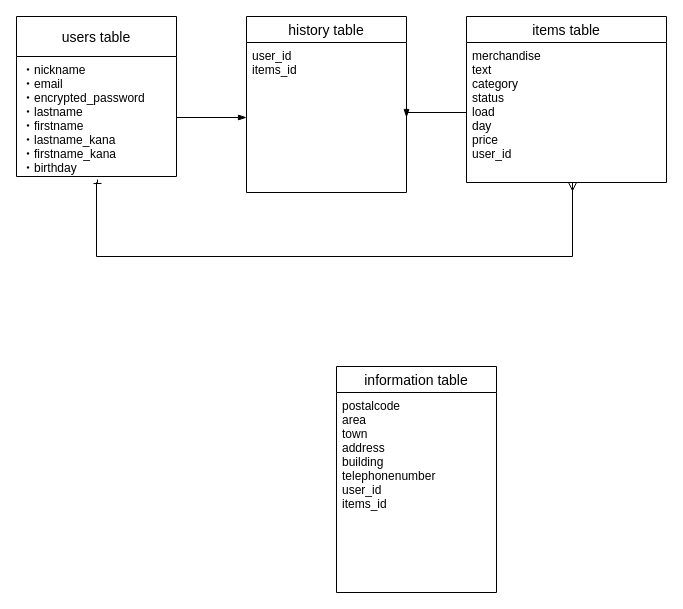
Above: ER.dio in konishitaku/furima-36579 (draw.io), before the change. Source tidied: cells renumbered, new cells numbered last; positions are measured from the earlier drawing's top-left corner, leaving out a move shared by most shapes. Both pictures are drawn from the tidied source at 100%, with x=0, y=0 at pixel (16, 16).
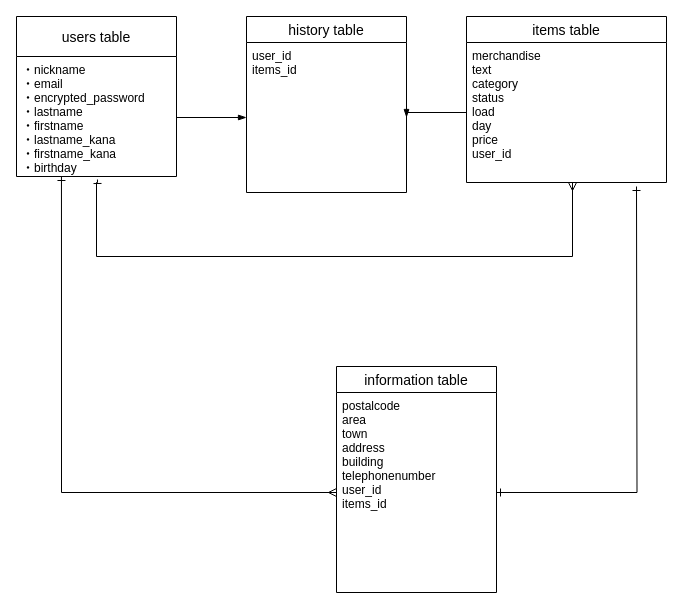
After the change.

Commit message (it also covers changes not shown here):
アソシエーション

The change refers to these unchanged cells:
```xml
<mxCell id="3" value="・nickname&#10;・email&#10;・encrypted_password&#10;・lastname&#10;・firstname&#10;・lastname_kana&#10;・firstname_kana&#10;・birthday&#10;&#10;" style="text;strokeColor=none;fillColor=none;spacingLeft=4;spacingRight=4;overflow=hidden;points=[[0,0.5],[1,0.5]];portConstraint=eastwest;fontSize=12;" parent="2" vertex="1">
  <mxGeometry y="40" width="160" height="120" as="geometry" />
</mxCell>
<mxCell id="7" value="postalcode&#10;area&#10;town&#10;address&#10;building&#10;telephonenumber&#10;user_id&#10;items_id" style="text;strokeColor=none;fillColor=none;spacingLeft=4;spacingRight=4;overflow=hidden;points=[[0,0.5],[1,0.5]];portConstraint=eastwest;fontSize=12;" parent="6" vertex="1">
  <mxGeometry y="26" width="160" height="200" as="geometry" />
</mxCell>
```

Change to the diagram source:
```diff
@@
+    <mxCell id="13" style="edgeStyle=orthogonalEdgeStyle;rounded=0;jettySize=auto;html=1;entryX=0;entryY=0.5;entryDx=0;entryDy=0;startArrow=ERone;startFill=0;endArrow=ERmany;endFill=0;exitX=0.281;exitY=1;exitDx=0;exitDy=0;exitPerimeter=0;" parent="1" edge="1" source="3" target="7">
+      <mxGeometry relative="1" as="geometry">
+        <Array as="points">
+          <mxPoint x="45" y="476" />
+        </Array>
+      </mxGeometry>
+    </mxCell>
+    <mxCell id="14" style="edgeStyle=orthogonalEdgeStyle;rounded=0;jettySize=auto;html=1;entryX=1;entryY=0.5;entryDx=0;entryDy=0;startArrow=ERone;startFill=0;endArrow=ERone;endFill=0;" parent="1" edge="1" target="7">
+      <mxGeometry relative="1" as="geometry">
+        <mxPoint x="620" y="170" as="sourcePoint" />
+      </mxGeometry>
+    </mxCell>
```
